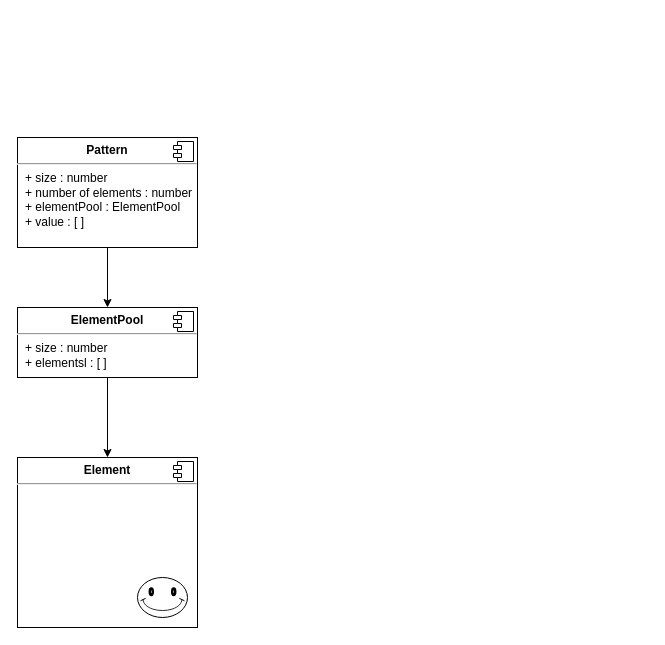
Earlier version of the draw.io diagram smallthingscount.drawio (maddog1138/diagrams). Source tidied: cells renumbered, new cells numbered last; positions are measured from the earlier drawing's top-left corner, leaving out a move shared by most shapes. Both pictures are drawn from the tidied source at 100%, with x=0, y=0 at pixel (17, 137).
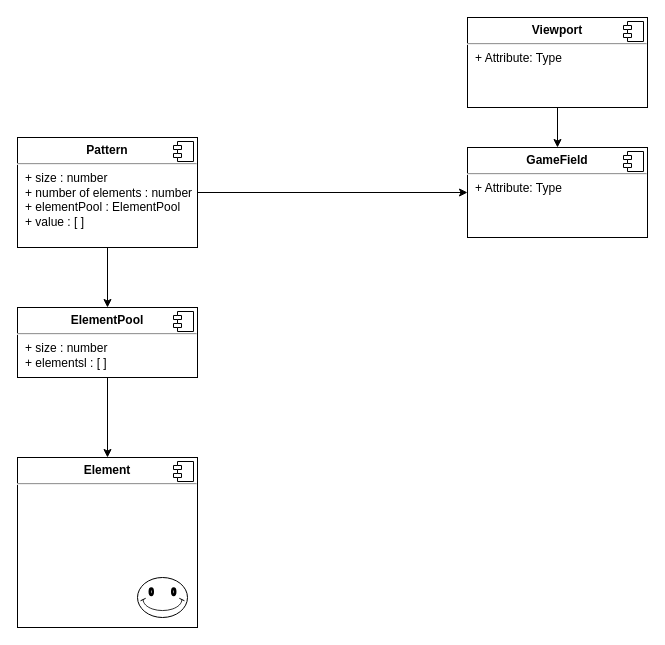
The same page after the edit.

Unchanged cells that the change refers to:
```xml
<mxCell id="3" value="&lt;p style=&quot;margin:0px;margin-top:6px;text-align:center;&quot;&gt;&lt;b&gt;Pattern&lt;/b&gt;&lt;/p&gt;&lt;hr&gt;&lt;p style=&quot;margin:0px;margin-left:8px;&quot;&gt;+ size : number&lt;br&gt;+ number of elements : number&lt;/p&gt;&lt;p style=&quot;margin:0px;margin-left:8px;&quot;&gt;+ elementPool : ElementPool&lt;br&gt;&lt;/p&gt;&lt;p style=&quot;margin:0px;margin-left:8px;&quot;&gt;+ value : [ ]&lt;br&gt;&lt;/p&gt;" style="align=left;overflow=fill;html=1;whiteSpace=wrap;" parent="1" vertex="1">
  <mxGeometry width="180" height="110" as="geometry" />
</mxCell>
```

What changed in the source:
```diff
@@
+    <mxCell id="11" style="edgeStyle=orthogonalEdgeStyle;rounded=0;jettySize=auto;html=1;entryX=0;entryY=0.5;entryDx=0;entryDy=0;" parent="1" edge="1" source="3" target="15">
+      <mxGeometry relative="1" as="geometry" />
+    </mxCell>
@@
+    <mxCell id="12" style="edgeStyle=orthogonalEdgeStyle;rounded=0;jettySize=auto;html=1;" parent="1" edge="1" source="13" target="15">
+      <mxGeometry relative="1" as="geometry" />
+    </mxCell>
+    <mxCell id="13" value="&lt;p style=&quot;margin:0px;margin-top:6px;text-align:center;&quot;&gt;&lt;b&gt;Viewport&lt;/b&gt;&lt;/p&gt;&lt;hr&gt;&lt;p style=&quot;margin:0px;margin-left:8px;&quot;&gt;+ Attribute: Type&lt;/p&gt;" style="align=left;overflow=fill;html=1;whiteSpace=wrap;" parent="1" vertex="1">
+      <mxGeometry x="450" y="-120" width="180" height="90" as="geometry" />
+    </mxCell>
+    <mxCell id="14" style="shape=component;jettyWidth=8;jettyHeight=4;" parent="13" vertex="1">
+      <mxGeometry x="1" width="20" height="20" relative="1" as="geometry">
+        <mxPoint x="-24" y="4" as="offset" />
+      </mxGeometry>
+    </mxCell>
+    <mxCell id="15" value="&lt;p style=&quot;margin:0px;margin-top:6px;text-align:center;&quot;&gt;&lt;b&gt;GameField&lt;/b&gt;&lt;/p&gt;&lt;hr&gt;&lt;p style=&quot;margin:0px;margin-left:8px;&quot;&gt;+ Attribute: Type&lt;/p&gt;" style="align=left;overflow=fill;html=1;whiteSpace=wrap;" parent="1" vertex="1">
+      <mxGeometry x="450" y="10" width="180" height="90" as="geometry" />
+    </mxCell>
+    <mxCell id="16" style="shape=component;jettyWidth=8;jettyHeight=4;" parent="15" vertex="1">
+      <mxGeometry x="1" width="20" height="20" relative="1" as="geometry">
+        <mxPoint x="-24" y="4" as="offset" />
+      </mxGeometry>
+    </mxCell>
```
